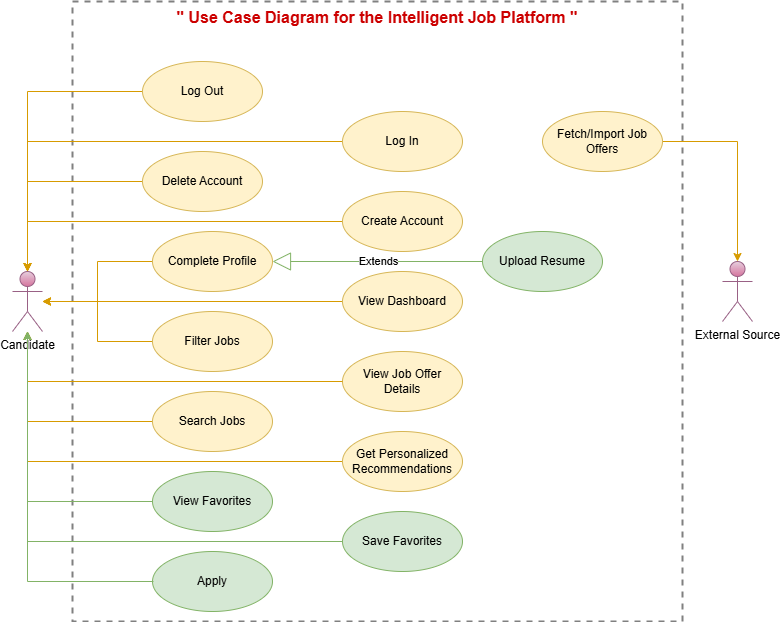
Before: docs/Use Case Diagram.png, a diagram exported from draw.io (firdawss-Elhaddouchi/JobIntelligent-Data-Platform). Source tidied: cells renumbered, new cells last; positions are measured from the earlier drawing's top-left corner, leaving out a move shared by most shapes.
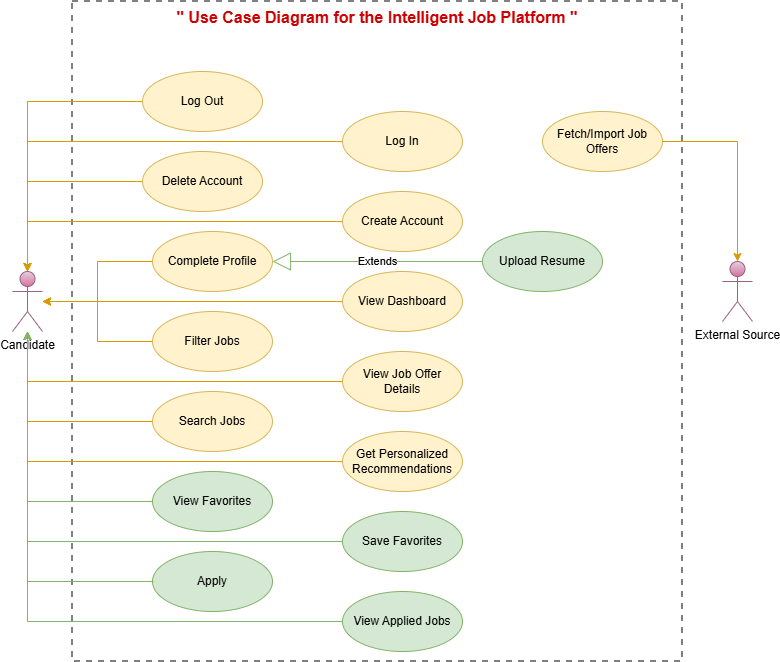
The same diagram one commit later.

Change to the diagram source:
```diff
@@ -3,7 +3,7 @@
     <mxCell id="0" />
     <mxCell id="1" parent="0" />
     <mxCell id="2" value="&lt;b&gt;&lt;font style=&quot;font-size: 16px; color: rgb(204, 0, 0);&quot;&gt;&lt;font style=&quot;&quot;&gt;&quot;&amp;nbsp;&lt;/font&gt;Use Case Diagram for the Intelligent Job Platform &quot;&lt;/font&gt;&lt;/b&gt;" style="rounded=0;whiteSpace=wrap;html=1;verticalAlign=top;shadow=0;fillColor=none;strokeColor=#808080;dashed=1;strokeWidth=2;" parent="1" vertex="1">
-      <mxGeometry x="60" width="610" height="620" as="geometry" />
+      <mxGeometry x="60" width="610" height="660" as="geometry" />
     </mxCell>
     <mxCell id="3" value="External Source" style="shape=umlActor;verticalLabelPosition=bottom;verticalAlign=top;html=1;fillColor=#e6d0de;gradientColor=#d5739d;strokeColor=#996185;" parent="1" vertex="1">
       <mxGeometry x="710" y="260" width="30" height="60" as="geometry" />
@@ -12,7 +12,7 @@
       <mxGeometry relative="1" as="geometry" />
     </mxCell>
     <mxCell id="5" value="Log Out" style="ellipse;whiteSpace=wrap;html=1;fillColor=#fff2cc;strokeColor=#d6b656;" parent="1" vertex="1">
-      <mxGeometry x="130" y="60" width="120" height="60" as="geometry" />
+      <mxGeometry x="130" y="70" width="120" height="60" as="geometry" />
     </mxCell>
     <mxCell id="6" style="edgeStyle=orthogonalEdgeStyle;rounded=0;jettySize=auto;html=1;fillColor=#ffe6cc;strokeColor=#d79b00;" parent="1" edge="1" source="7" target="21">
       <mxGeometry relative="1" as="geometry" />
@@ -104,5 +104,11 @@
         <mxPoint x="15" y="330" as="targetPoint" />
       </mxGeometry>
     </mxCell>
+    <mxCell id="35" style="edgeStyle=orthogonalEdgeStyle;rounded=0;jettySize=auto;html=1;fillColor=#d5e8d4;strokeColor=#82b366;" parent="1" edge="1" source="36" target="21">
+      <mxGeometry relative="1" as="geometry" />
+    </mxCell>
+    <mxCell id="36" value="View Applied Jobs" style="ellipse;whiteSpace=wrap;html=1;fillColor=#d5e8d4;strokeColor=#82b366;" parent="1" vertex="1">
+      <mxGeometry x="330" y="590" width="120" height="60" as="geometry" />
+    </mxCell>
   </root>
 </mxGraphModel>
```
